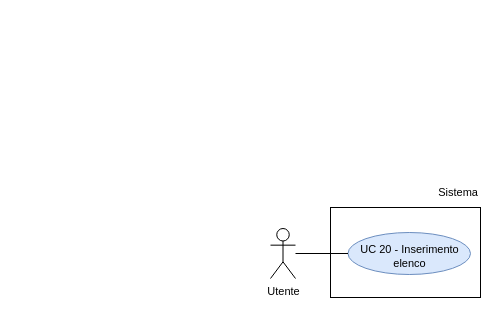
Above: RTB/doc_esterna/analisi-dei-requisiti/assets/draw.io/UC20.drawio in thebitless-group-swe/thebitless.github.io (draw.io), before the change. Source tidied: cells renumbered, new cells numbered last; positions are measured from the earlier drawing's top-left corner, leaving out a move shared by most shapes. Both pictures are drawn from the tidied source at 100%, with x=0, y=0 at pixel (270, 177).
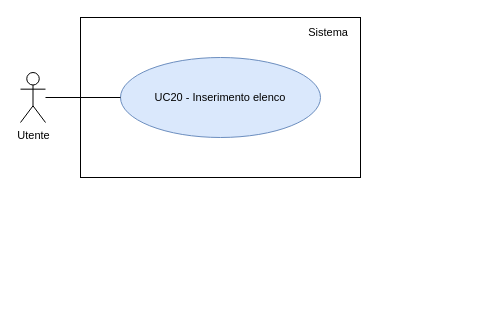
Above is the later version.

Diff of the diagram source:
```diff
@@
 <mxGraphModel>
   <root>
     <mxCell id="0" />
     <mxCell id="1" parent="0" />
     <mxCell id="2" value="Utente" style="shape=umlActor;verticalLabelPosition=bottom;verticalAlign=top;html=1;outlineConnect=0;fontSize=11;" parent="1" vertex="1">
-      <mxGeometry y="51" width="25" height="50" as="geometry" />
+      <mxGeometry x="-250" y="-105" width="25" height="50" as="geometry" />
     </mxCell>
-    <mxCell id="3" style="rounded=0;whiteSpace=wrap;html=1;strokeWidth=1;" parent="1" vertex="1">
-      <mxGeometry x="60" y="30" width="150" height="90" as="geometry" />
-    </mxCell>
+    <mxCell id="8" style="rounded=0;whiteSpace=wrap;html=1;strokeWidth=1;" parent="1" vertex="1">
+      <mxGeometry x="-190" y="-160" width="280" height="160" as="geometry" />
+    </mxCell>
     <mxCell id="4" value="Sistema" style="text;html=1;whiteSpace=wrap;strokeColor=none;fillColor=none;align=right;verticalAlign=middle;fontSize=11;" parent="1" vertex="1">
-      <mxGeometry x="150" width="60" height="30" as="geometry" />
+      <mxGeometry x="10" y="-155" width="70" height="20" as="geometry" />
     </mxCell>
-    <mxCell id="5" value="&lt;div&gt;UC 20 - Inserimento elenco&lt;/div&gt;" style="ellipse;whiteSpace=wrap;html=1;fillColor=#dae8fc;strokeColor=#6c8ebf;fontSize=11;convertToSvg=1;svgWhiteSpace=wrap;labelBorderColor=none;labelBackgroundColor=none;spacingBottom=-5;" parent="1" vertex="1">
-      <mxGeometry x="77.5" y="55" width="122.5" height="42" as="geometry" />
-    </mxCell>
-    <mxCell id="6" style="edgeStyle=none;rounded=0;jettySize=auto;html=1;endArrow=none;endFill=0;" parent="1" edge="1" source="2" target="5">
-      <mxGeometry relative="1" as="geometry" />
-    </mxCell>
-    <mxCell id="7" style="edgeStyle=orthogonalEdgeStyle;rounded=0;orthogonalLoop=1;jettySize=auto;html=1;exitX=0.5;exitY=1;exitDx=0;exitDy=0;" parent="1" edge="1" source="4" target="4">
-      <mxGeometry relative="1" as="geometry" />
-    </mxCell>
+    <mxCell id="9" value="UC20 - Inserimento elenco" style="ellipse;whiteSpace=wrap;html=1;fillColor=#dae8fc;strokeColor=#6c8ebf;fontSize=11;" parent="1" vertex="1">
+      <mxGeometry x="-150" y="-120" width="200" height="80" as="geometry" />
+    </mxCell>
+    <mxCell id="10" style="edgeStyle=none;rounded=0;jettySize=auto;html=1;endArrow=none;endFill=0;" parent="1" edge="1" source="2" target="9">
+      <mxGeometry relative="1" as="geometry" />
+    </mxCell>
   </root>
 </mxGraphModel>
```
